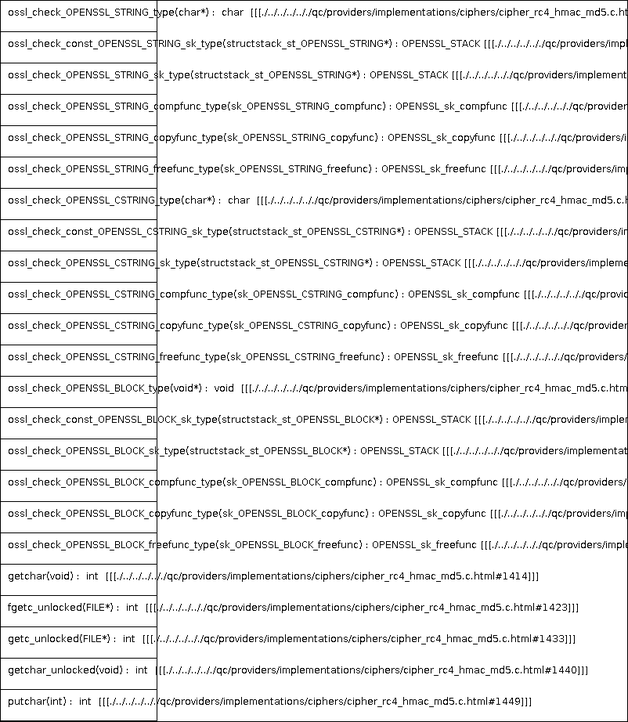
Earlier version of the PlantUML export docs/qc/providers/implementations/ciphers/cipher_rc4_hmac_md5.c.png (qualitesys/openssl). Its source is kept beside it as docs/qc/providers/implementations/ciphers/cipher_rc4_hmac_md5.c.puml.
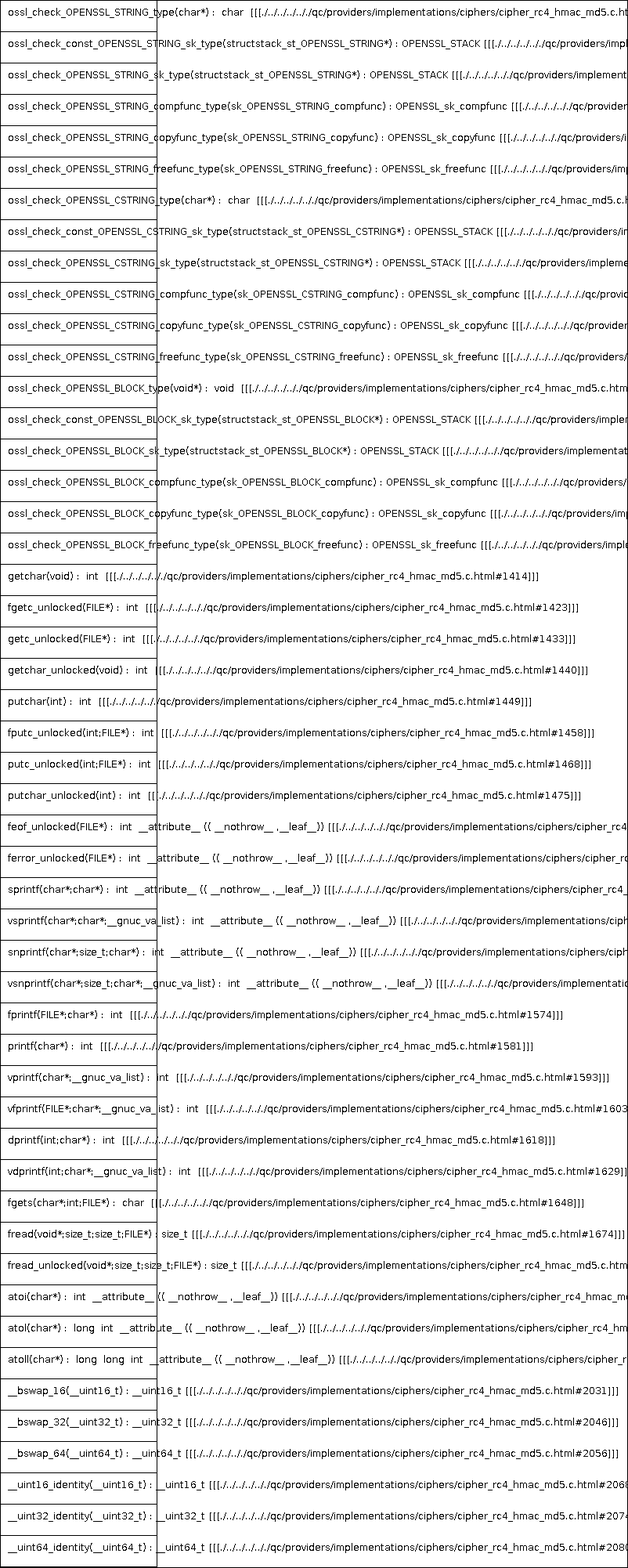
The same file after the commit.

The edit, as a diff of the source:
```diff
@@ -24,5 +24,32 @@
 getc_unlocked(FILE*) :  int  [[[./../../../.././qc/providers/implementations/ciphers/cipher_rc4_hmac_md5.c.html#1433]]]
 getchar_unlocked(void) :  int  [[[./../../../.././qc/providers/implementations/ciphers/cipher_rc4_hmac_md5.c.html#1440]]]
 putchar(int) :  int  [[[./../../../.././qc/providers/implementations/ciphers/cipher_rc4_hmac_md5.c.html#1449]]]
+fputc_unlocked(int;FILE*) :  int  [[[./../../../.././qc/providers/implementations/ciphers/cipher_rc4_hmac_md5.c.html#1458]]]
+putc_unlocked(int;FILE*) :  int  [[[./../../../.././qc/providers/implementations/ciphers/cipher_rc4_hmac_md5.c.html#1468]]]
+putchar_unlocked(int) :  int  [[[./../../../.././qc/providers/implementations/ciphers/cipher_rc4_hmac_md5.c.html#1475]]]
+feof_unlocked(FILE*) :  int  __attribute__ (( __nothrow__ ,__leaf__)) [[[./../../../.././qc/providers/implementations/ciphers/cipher_rc4_hmac_md5.c.html#1481]]]
+ferror_unlocked(FILE*) :  int  __attribute__ (( __nothrow__ ,__leaf__)) [[[./../../../.././qc/providers/implementations/ciphers/cipher_rc4_hmac_md5.c.html#1488]]]
+sprintf(char*;char*) :  int  __attribute__ (( __nothrow__ ,__leaf__)) [[[./../../../.././qc/providers/implementations/ciphers/cipher_rc4_hmac_md5.c.html#1507]]]
+vsprintf(char*;char*;__gnuc_va_list) :  int  __attribute__ (( __nothrow__ ,__leaf__)) [[[./../../../.././qc/providers/implementations/ciphers/cipher_rc4_hmac_md5.c.html#1520]]]
+snprintf(char*;size_t;char*) :  int  __attribute__ (( __nothrow__ ,__leaf__)) [[[./../../../.././qc/providers/implementations/ciphers/cipher_rc4_hmac_md5.c.html#1539]]]
+vsnprintf(char*;size_t;char*;__gnuc_va_list) :  int  __attribute__ (( __nothrow__ ,__leaf__)) [[[./../../../.././qc/providers/implementations/ciphers/cipher_rc4_hmac_md5.c.html#1553]]]
+fprintf(FILE*;char*) :  int  [[[./../../../.././qc/providers/implementations/ciphers/cipher_rc4_hmac_md5.c.html#1574]]]
+printf(char*) :  int  [[[./../../../.././qc/providers/implementations/ciphers/cipher_rc4_hmac_md5.c.html#1581]]]
+vprintf(char*;__gnuc_va_list) :  int  [[[./../../../.././qc/providers/implementations/ciphers/cipher_rc4_hmac_md5.c.html#1593]]]
+vfprintf(FILE*;char*;__gnuc_va_list) :  int  [[[./../../../.././qc/providers/implementations/ciphers/cipher_rc4_hmac_md5.c.html#1603]]]
+dprintf(int;char*) :  int  [[[./../../../.././qc/providers/implementations/ciphers/cipher_rc4_hmac_md5.c.html#1618]]]
+vdprintf(int;char*;__gnuc_va_list) :  int  [[[./../../../.././qc/providers/implementations/ciphers/cipher_rc4_hmac_md5.c.html#1629]]]
+fgets(char*;int;FILE*) :  char  [[[./../../../.././qc/providers/implementations/ciphers/cipher_rc4_hmac_md5.c.html#1648]]]
+fread(void*;size_t;size_t;FILE*) : size_t [[[./../../../.././qc/providers/implementations/ciphers/cipher_rc4_hmac_md5.c.html#1674]]]
+fread_unlocked(void*;size_t;size_t;FILE*) : size_t [[[./../../../.././qc/providers/implementations/ciphers/cipher_rc4_hmac_md5.c.html#1701]]]
+atoi(char*) :  int  __attribute__ (( __nothrow__ ,__leaf__)) [[[./../../../.././qc/providers/implementations/ciphers/cipher_rc4_hmac_md5.c.html#1872]]]
+atol(char*) :  long  int  __attribute__ (( __nothrow__ ,__leaf__)) [[[./../../../.././qc/providers/implementations/ciphers/cipher_rc4_hmac_md5.c.html#1877]]]
+atoll(char*) :  long  long  int  __attribute__ (( __nothrow__ ,__leaf__)) [[[./../../../.././qc/providers/implementations/ciphers/cipher_rc4_hmac_md5.c.html#1884]]]
+__bswap_16(__uint16_t) : __uint16_t [[[./../../../.././qc/providers/implementations/ciphers/cipher_rc4_hmac_md5.c.html#2031]]]
+__bswap_32(__uint32_t) : __uint32_t [[[./../../../.././qc/providers/implementations/ciphers/cipher_rc4_hmac_md5.c.html#2046]]]
+__bswap_64(__uint64_t) : __uint64_t [[[./../../../.././qc/providers/implementations/ciphers/cipher_rc4_hmac_md5.c.html#2056]]]
+__uint16_identity(__uint16_t) : __uint16_t [[[./../../../.././qc/providers/implementations/ciphers/cipher_rc4_hmac_md5.c.html#2068]]]
+__uint32_identity(__uint32_t) : __uint32_t [[[./../../../.././qc/providers/implementations/ciphers/cipher_rc4_hmac_md5.c.html#2074]]]
+__uint64_identity(__uint64_t) : __uint64_t [[[./../../../.././qc/providers/implementations/ciphers/cipher_rc4_hmac_md5.c.html#2080]]]
 }
 @enduml
```
